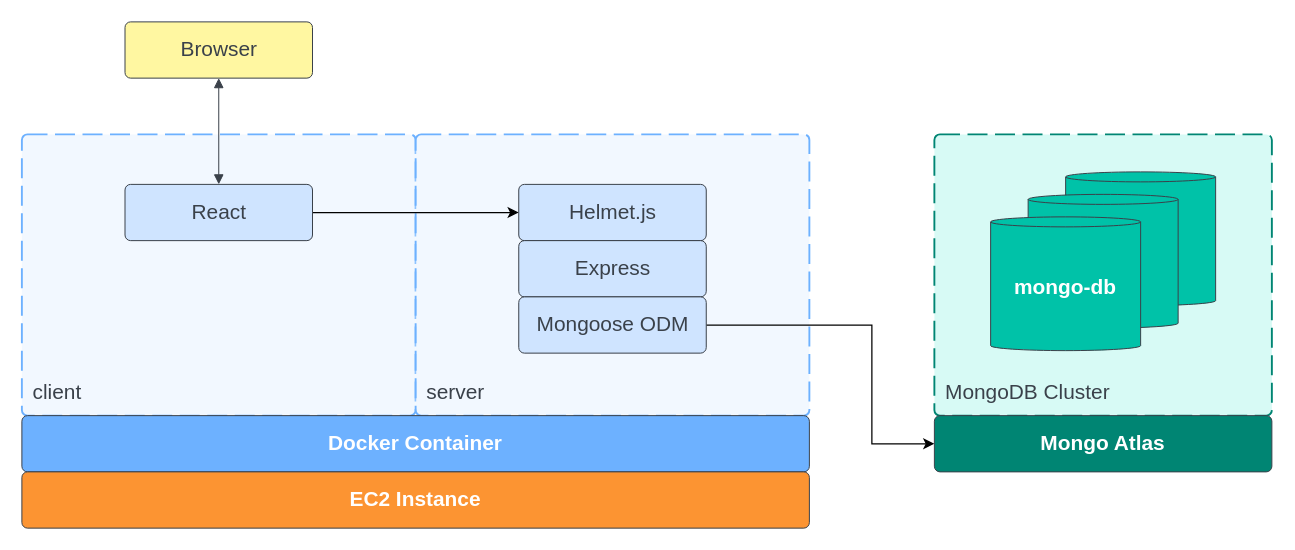
Earlier version of the draw.io diagram _plan/neologic-architecture.drawio (tysongf/neologic-blog). Source tidied: cells renumbered, new cells numbered last; positions are measured from the earlier drawing's top-left corner, leaving out a move shared by most shapes. Both pictures are drawn from the tidied source at 125%, with x=0, y=0 at pixel (21, 21).
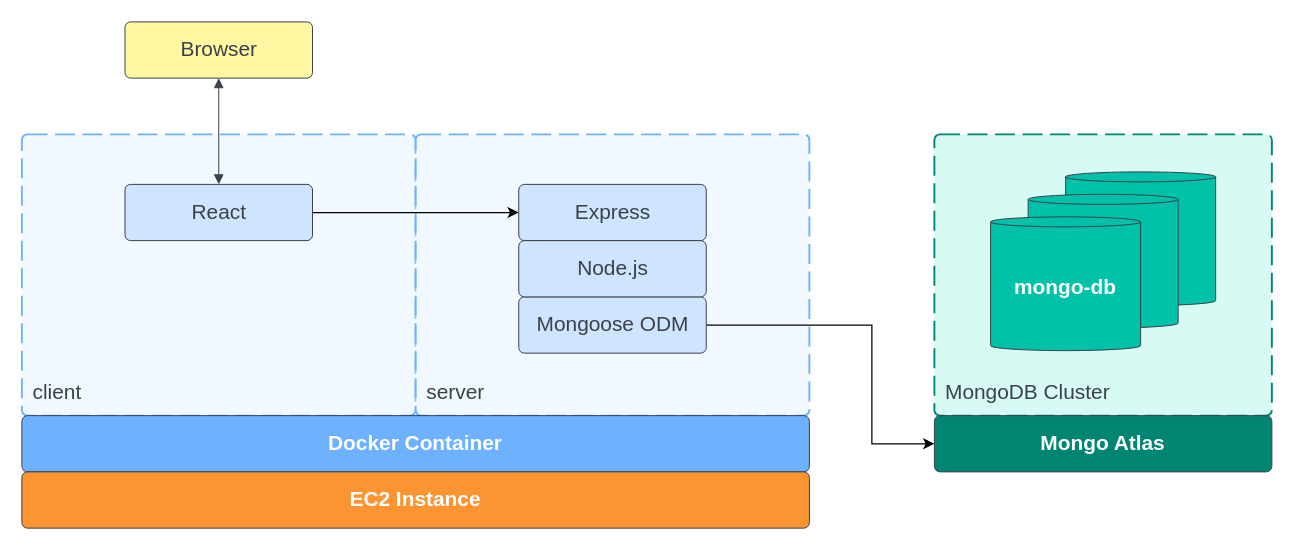
The same page after the edit.

Unchanged cells that the change refers to:
```xml
<mxCell id="5" value="React" style="html=1;overflow=block;blockSpacing=1;whiteSpace=wrap;fontSize=16.7;fontColor=#3a414a;spacing=9;strokeColor=#3a414a;strokeOpacity=100;fillOpacity=100;rounded=1;absoluteArcSize=1;arcSize=9;fillColor=#cfe4ff;strokeWidth=0.8;" parent="1" vertex="1">
  <mxGeometry x="82.5" y="130" width="150" height="45" as="geometry" />
</mxCell>
```

Diff of the diagram source:
```diff
@@
-    <mxCell id="4" style="edgeStyle=orthogonalEdgeStyle;rounded=0;jettySize=auto;html=1;" parent="1" edge="1" source="5" target="6">
+    <mxCell id="4" style="edgeStyle=orthogonalEdgeStyle;rounded=0;jettySize=auto;html=1;entryX=0;entryY=0.5;entryDx=0;entryDy=0;" parent="1" edge="1" source="5" target="11">
       <mxGeometry relative="1" as="geometry" />
     </mxCell>
@@
-    <mxCell id="6" value="Helmet.js" style="html=1;overflow=block;blockSpacing=1;whiteSpace=wrap;fontSize=16.7;fontColor=#3a414a;spacing=9;strokeColor=#3a414a;strokeOpacity=100;fillOpacity=100;rounded=1;absoluteArcSize=1;arcSize=9;fillColor=#cfe4ff;strokeWidth=0.8;" parent="1" vertex="1">
-      <mxGeometry x="397.5" y="130" width="150" height="45" as="geometry" />
-    </mxCell>
@@
     <mxCell id="11" value="Express" style="html=1;overflow=block;blockSpacing=1;whiteSpace=wrap;fontSize=16.7;fontColor=#3a414a;spacing=9;strokeColor=#3a414a;strokeOpacity=100;fillOpacity=100;rounded=1;absoluteArcSize=1;arcSize=9;fillColor=#cfe4ff;strokeWidth=0.8;" parent="1" vertex="1">
-      <mxGeometry x="397.5" y="175" width="150" height="45" as="geometry" />
+      <mxGeometry x="397.5" y="130" width="150" height="45" as="geometry" />
     </mxCell>
@@
+    <mxCell id="20" value="Node.js" style="html=1;overflow=block;blockSpacing=1;whiteSpace=wrap;fontSize=16.7;fontColor=#3a414a;spacing=9;strokeColor=#3a414a;strokeOpacity=100;fillOpacity=100;rounded=1;absoluteArcSize=1;arcSize=9;fillColor=#cfe4ff;strokeWidth=0.8;" parent="1" vertex="1">
+      <mxGeometry x="397.5" y="175" width="150" height="45" as="geometry" />
+    </mxCell>
```
